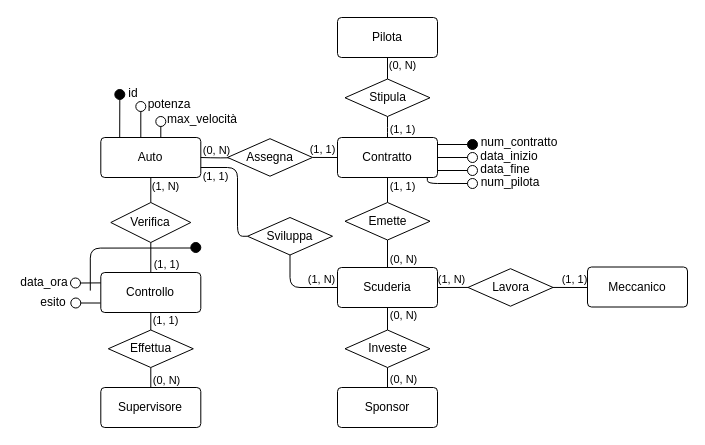
The draw.io diagram er/gare_scuderie.drawio in NotXia/car-racing, before the edit. Source tidied: cells renumbered, new cells numbered last; positions are measured from the earlier drawing's top-left corner, leaving out a move shared by most shapes. Both pictures are drawn from the tidied source at 100%, with x=0, y=0 at pixel (17, 17).
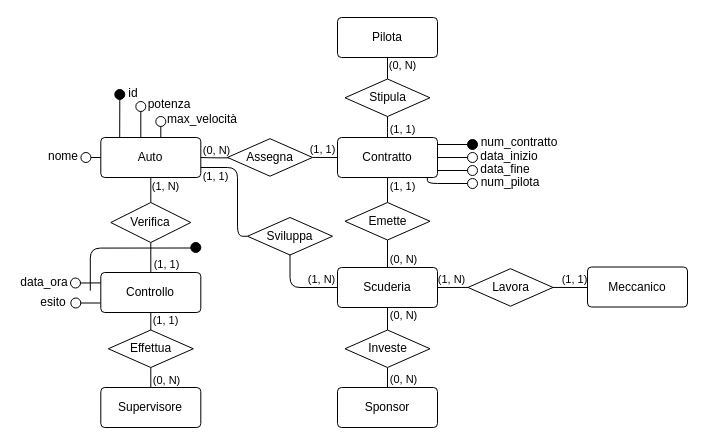
After the change.

The change refers to these unchanged cells:
```xml
<mxCell id="3" value="Auto" style="rounded=1;arcSize=10;whiteSpace=wrap;html=1;align=center;" parent="1" vertex="1">
  <mxGeometry x="83.3" y="120" width="100" height="40" as="geometry" />
</mxCell>
```

Change to the diagram source:
```diff
@@
+    <mxCell id="79" style="edgeStyle=orthogonalEdgeStyle;rounded=0;jettySize=auto;html=1;exitX=1;exitY=0.5;exitDx=0;exitDy=0;entryX=0;entryY=0.5;entryDx=0;entryDy=0;endArrow=none;endFill=0;" parent="1" edge="1" source="80" target="3">
+      <mxGeometry relative="1" as="geometry" />
+    </mxCell>
+    <mxCell id="80" style="ellipse;whiteSpace=wrap;html=1;fillColor=none;" parent="1" vertex="1">
+      <mxGeometry x="63.4" y="135" width="10" height="10" as="geometry" />
+    </mxCell>
+    <mxCell id="81" value="nome" style="text;html=1;strokeColor=none;fillColor=none;align=center;verticalAlign=middle;whiteSpace=wrap;rounded=0;" parent="1" vertex="1">
+      <mxGeometry x="19" y="134" width="54" height="10" as="geometry" />
+    </mxCell>
```
